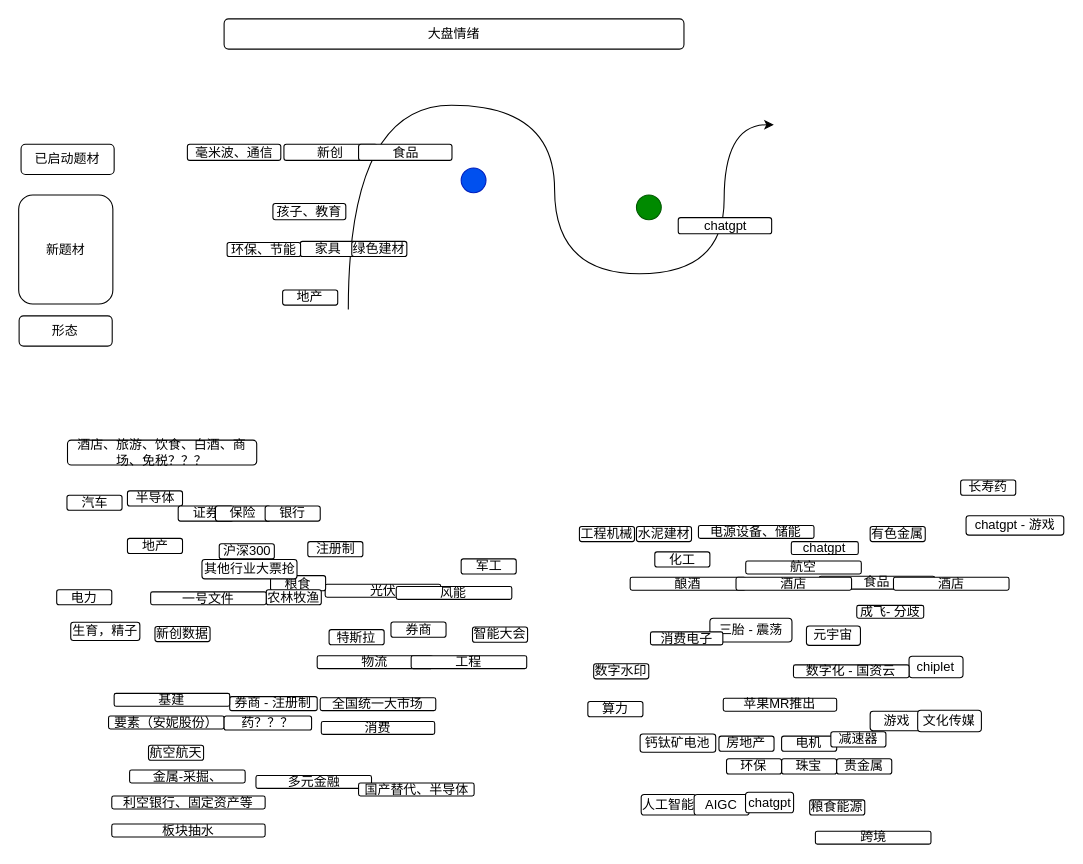
The draw.io diagram menus/每日头脑风暴.drawio in Asamiyaa/microservice-k8s-yun, before the edit. Source tidied: cells renumbered, new cells numbered last; positions are measured from the earlier drawing's top-left corner, leaving out a move shared by most shapes. Both pictures are drawn from the tidied source at 108%, with x=0, y=0 at pixel (18, 18).
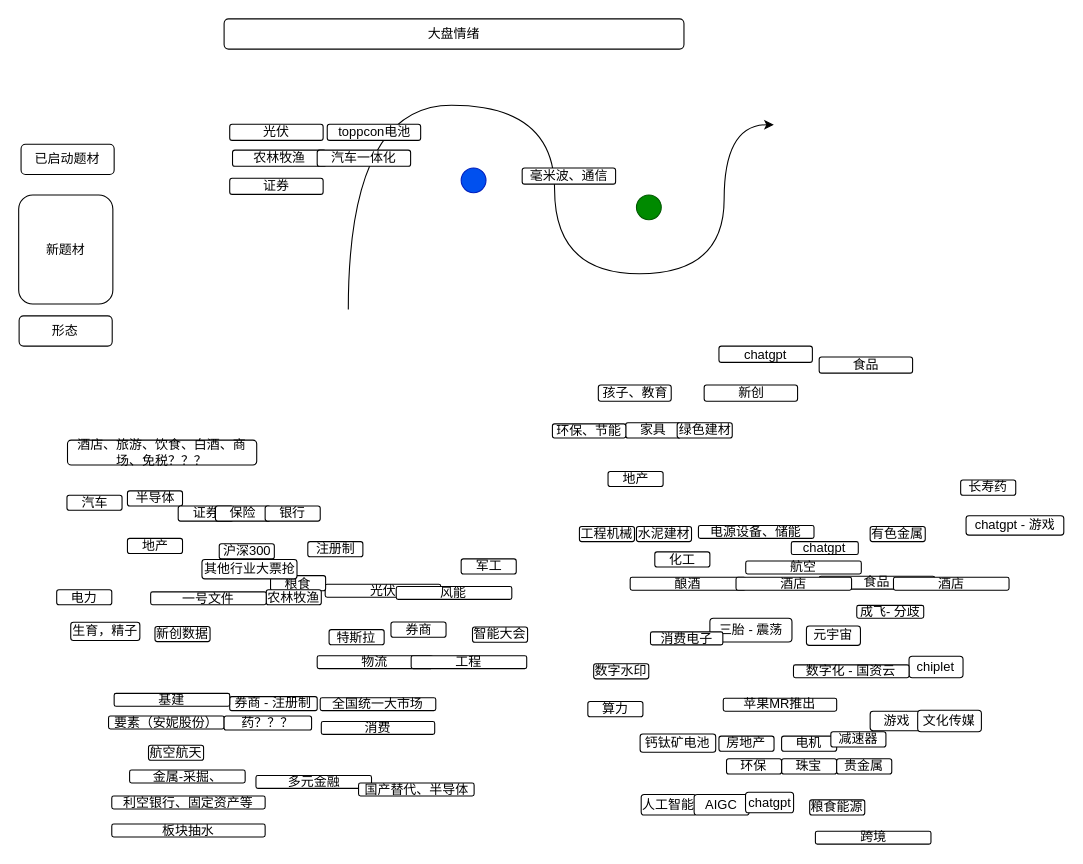
The same diagram, later.

Commit message:
更新每日头脑风暴.drawio

Change to the diagram source:
```diff
@@
     <mxCell id="67" value="家具" style="rounded=1;whiteSpace=wrap;html=1;" parent="1" vertex="1">
-      <mxGeometry x="260.5" y="206" width="51" height="14" as="geometry" />
+      <mxGeometry x="561.8" y="374" width="51" height="14" as="geometry" />
     </mxCell>
@@
     <mxCell id="78" value="地产" style="rounded=1;whiteSpace=wrap;html=1;" parent="1" vertex="1">
-      <mxGeometry x="244.2" y="251" width="51" height="14" as="geometry" />
+      <mxGeometry x="545.5" y="419" width="51" height="14" as="geometry" />
     </mxCell>
     <mxCell id="79" value="环保、节能" style="rounded=1;whiteSpace=wrap;html=1;" parent="1" vertex="1">
-      <mxGeometry x="192.8" y="207" width="68" height="13" as="geometry" />
+      <mxGeometry x="494" y="375" width="68" height="13" as="geometry" />
     </mxCell>
     <mxCell id="80" value="绿色建材" style="rounded=1;whiteSpace=wrap;html=1;" parent="1" vertex="1">
-      <mxGeometry x="308.2" y="206" width="51" height="14" as="geometry" />
+      <mxGeometry x="609.5" y="374" width="51" height="14" as="geometry" />
     </mxCell>
     <mxCell id="81" value="孩子、教育" style="rounded=1;whiteSpace=wrap;html=1;" parent="1" vertex="1">
-      <mxGeometry x="235.2" y="171" width="67.5" height="15" as="geometry" />
+      <mxGeometry x="536.5" y="339" width="67.5" height="15" as="geometry" />
     </mxCell>
     <mxCell id="82" value="毫米波、通信" style="rounded=1;whiteSpace=wrap;html=1;" parent="1" vertex="1">
-      <mxGeometry x="156" y="116" width="86.5" height="15" as="geometry" />
+      <mxGeometry x="466" y="138" width="86.5" height="15" as="geometry" />
     </mxCell>
     <mxCell id="83" value="新创" style="rounded=1;whiteSpace=wrap;html=1;" parent="1" vertex="1">
-      <mxGeometry x="245.4" y="116" width="86.5" height="15" as="geometry" />
+      <mxGeometry x="634.5" y="339" width="86.5" height="15" as="geometry" />
     </mxCell>
     <mxCell id="84" value="食品" style="rounded=1;whiteSpace=wrap;html=1;" parent="1" vertex="1">
-      <mxGeometry x="314.5" y="116" width="86.5" height="15" as="geometry" />
+      <mxGeometry x="741" y="313" width="86.5" height="15" as="geometry" />
     </mxCell>
     <mxCell id="85" value="chatgpt" style="rounded=1;whiteSpace=wrap;html=1;" parent="1" vertex="1">
-      <mxGeometry x="610.5" y="184" width="86.5" height="15" as="geometry" />
+      <mxGeometry x="648.2" y="303" width="86.5" height="15" as="geometry" />
     </mxCell>
@@
+    <mxCell id="90" value="光伏" style="rounded=1;whiteSpace=wrap;html=1;" parent="1" vertex="1">
+      <mxGeometry x="195.2" y="97.5" width="86.5" height="15" as="geometry" />
+    </mxCell>
+    <mxCell id="91" value="toppcon电池" style="rounded=1;whiteSpace=wrap;html=1;" parent="1" vertex="1">
+      <mxGeometry x="285.5" y="97.5" width="86.5" height="15" as="geometry" />
+    </mxCell>
+    <mxCell id="92" value="农林牧渔" style="rounded=1;whiteSpace=wrap;html=1;" parent="1" vertex="1">
+      <mxGeometry x="197.8" y="121.5" width="86.5" height="15" as="geometry" />
+    </mxCell>
+    <mxCell id="93" value="汽车一体化" style="rounded=1;whiteSpace=wrap;html=1;" parent="1" vertex="1">
+      <mxGeometry x="276.2" y="121.5" width="86.5" height="15" as="geometry" />
+    </mxCell>
+    <mxCell id="94" value="证券" style="rounded=1;whiteSpace=wrap;html=1;" parent="1" vertex="1">
+      <mxGeometry x="195.2" y="147.5" width="86.5" height="15" as="geometry" />
+    </mxCell>
```
